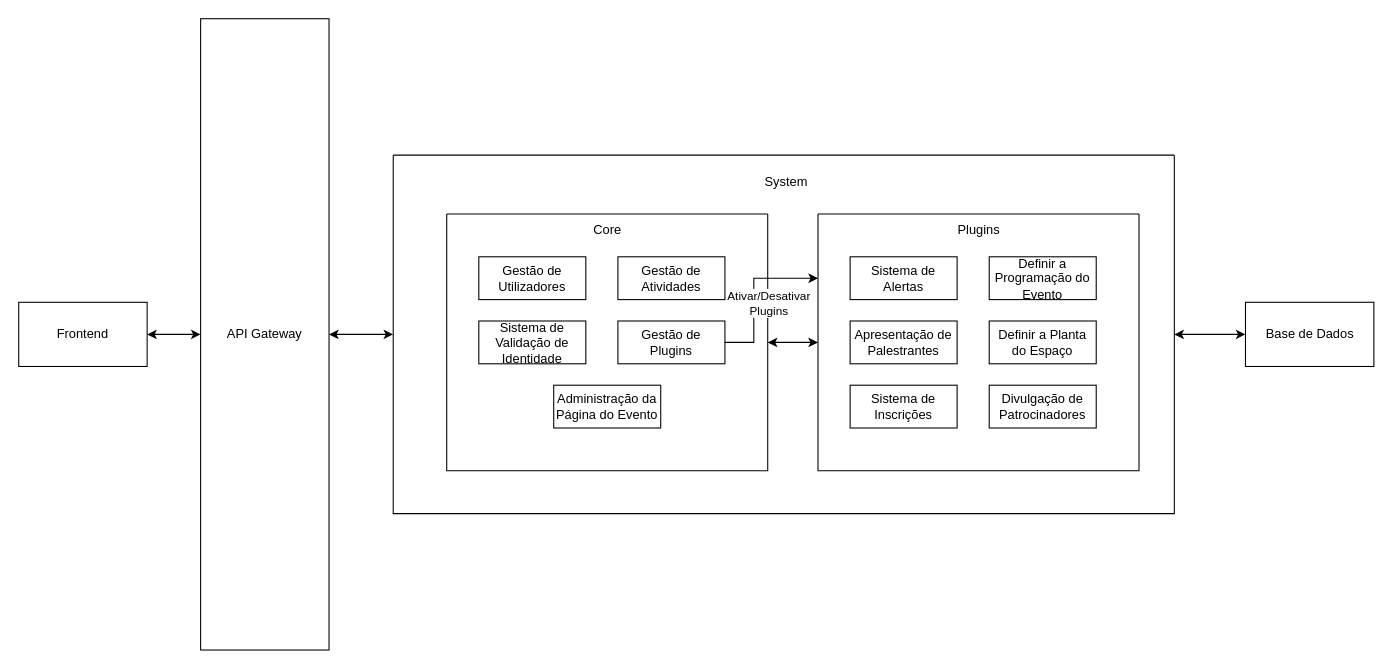
Earlier version of the draw.io diagram page "Arquitetura" (2 of 2) of coffeeBreak.drawio (PI-coffeeBreak/diagrams). Source tidied: cells renumbered, new cells numbered last; positions are measured from the earlier drawing's top-left corner, leaving out a move shared by most shapes. Both pictures are drawn from the tidied source at 107%, with x=0, y=0 at pixel (18, 18).
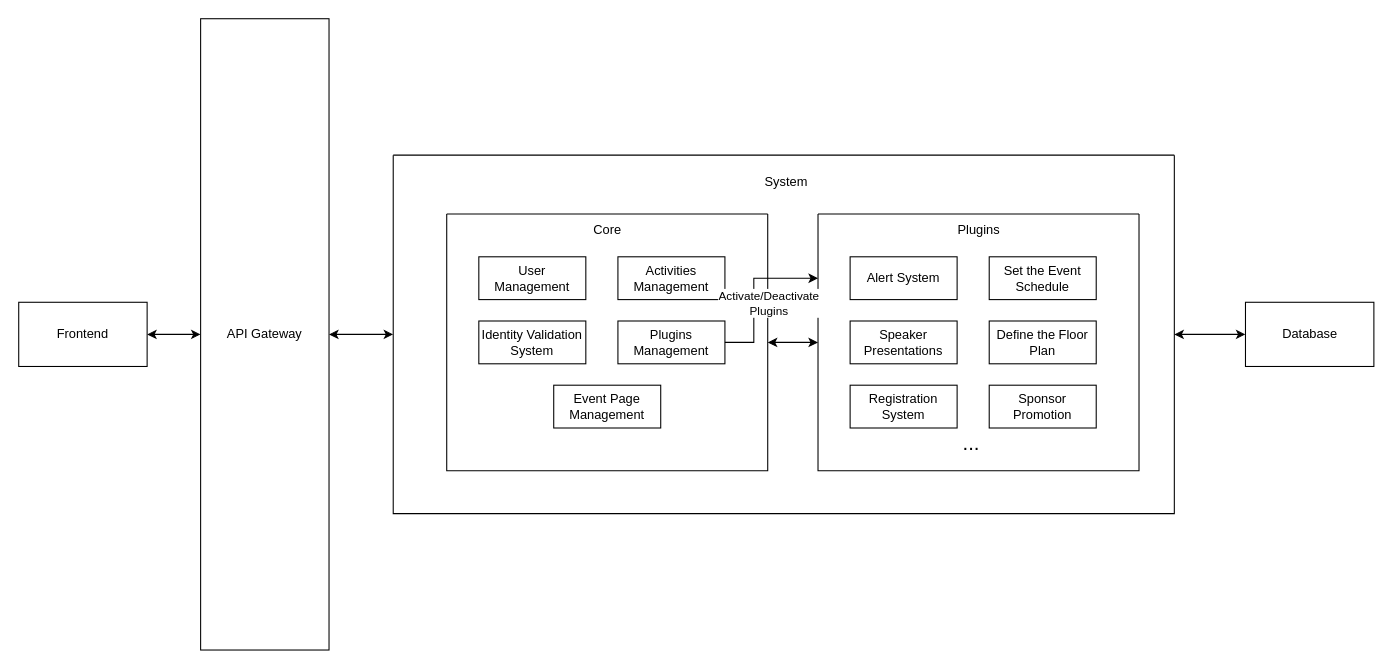
After the change.

Unchanged cells that the change refers to:
```xml
<mxCell id="11" style="swimlane;startSize=0;" parent="8" vertex="1">
  <mxGeometry x="50" y="55" width="300" height="240" as="geometry" />
</mxCell>
<mxCell id="18" style="swimlane;startSize=0;" parent="8" vertex="1">
  <mxGeometry x="397" y="55" width="300" height="240" as="geometry" />
</mxCell>
<mxCell id="26" style="edgeStyle=orthogonalEdgeStyle;rounded=0;jettySize=auto;html=1;exitX=1;exitY=0.5;exitDx=0;exitDy=0;entryX=0;entryY=0.25;entryDx=0;entryDy=0;" parent="8" edge="1" source="16" target="18">
  <mxGeometry relative="1" as="geometry">
    <Array as="points">
      <mxPoint x="337" y="175" />
      <mxPoint x="337" y="115" />
    </Array>
  </mxGeometry>
</mxCell>
```

Diff of the diagram source:
```diff
@@
-    <mxCell id="6" value="Base de Dados" style="rounded=0;whiteSpace=wrap;html=1;" parent="1" vertex="1">
+    <mxCell id="6" value="Database" style="rounded=0;whiteSpace=wrap;html=1;" parent="1" vertex="1">
       <mxGeometry x="1146.5" y="265" width="120" height="60" as="geometry" />
     </mxCell>
@@
-    <mxCell id="13" value="Gestão de Utilizadores" style="whiteSpace=wrap;html=1;" parent="11" vertex="1">
+    <mxCell id="13" value="User Management" style="whiteSpace=wrap;html=1;" parent="11" vertex="1">
       <mxGeometry x="30" y="40" width="100" height="40" as="geometry" />
     </mxCell>
-    <mxCell id="14" value="Gestão de Atividades" style="whiteSpace=wrap;html=1;" parent="11" vertex="1">
+    <mxCell id="14" value="Activities Management" style="whiteSpace=wrap;html=1;" parent="11" vertex="1">
       <mxGeometry x="160" y="40" width="100" height="40" as="geometry" />
     </mxCell>
-    <mxCell id="15" value="Sistema de Validação de Identidade" style="whiteSpace=wrap;html=1;" parent="11" vertex="1">
+    <mxCell id="15" value="Identity Validation System" style="whiteSpace=wrap;html=1;" parent="11" vertex="1">
       <mxGeometry x="30" y="100" width="100" height="40" as="geometry" />
     </mxCell>
-    <mxCell id="16" value="Gestão de Plugins" style="whiteSpace=wrap;html=1;" parent="11" vertex="1">
+    <mxCell id="16" value="Plugins Management" style="whiteSpace=wrap;html=1;" parent="11" vertex="1">
       <mxGeometry x="160" y="100" width="100" height="40" as="geometry" />
     </mxCell>
-    <mxCell id="17" value="Administração da Página do Evento" style="whiteSpace=wrap;html=1;" parent="11" vertex="1">
+    <mxCell id="17" value="Event Page Management" style="whiteSpace=wrap;html=1;" parent="11" vertex="1">
       <mxGeometry x="100" y="160" width="100" height="40" as="geometry" />
     </mxCell>
@@
-    <mxCell id="20" value="Sistema de Alertas" style="whiteSpace=wrap;html=1;" parent="18" vertex="1">
+    <mxCell id="20" value="Alert System" style="whiteSpace=wrap;html=1;" parent="18" vertex="1">
       <mxGeometry x="30" y="40" width="100" height="40" as="geometry" />
     </mxCell>
-    <mxCell id="21" value="Definir a Programação do Evento" style="whiteSpace=wrap;html=1;" parent="18" vertex="1">
+    <mxCell id="21" value="Set the Event Schedule" style="whiteSpace=wrap;html=1;" parent="18" vertex="1">
       <mxGeometry x="160" y="40" width="100" height="40" as="geometry" />
     </mxCell>
-    <mxCell id="22" value="Apresentação de Palestrantes" style="whiteSpace=wrap;html=1;" parent="18" vertex="1">
+    <mxCell id="22" value="Speaker Presentations" style="whiteSpace=wrap;html=1;" parent="18" vertex="1">
       <mxGeometry x="30" y="100" width="100" height="40" as="geometry" />
     </mxCell>
-    <mxCell id="23" value="Definir a Planta do Espaço" style="whiteSpace=wrap;html=1;" parent="18" vertex="1">
+    <mxCell id="23" value="Define the Floor Plan" style="whiteSpace=wrap;html=1;" parent="18" vertex="1">
       <mxGeometry x="160" y="100" width="100" height="40" as="geometry" />
     </mxCell>
-    <mxCell id="24" value="Sistema de Inscrições" style="whiteSpace=wrap;html=1;" parent="18" vertex="1">
+    <mxCell id="24" value="Registration System" style="whiteSpace=wrap;html=1;" parent="18" vertex="1">
       <mxGeometry x="30" y="160" width="100" height="40" as="geometry" />
     </mxCell>
-    <mxCell id="25" value="Divulgação de Patrocinadores" style="whiteSpace=wrap;html=1;" parent="18" vertex="1">
+    <mxCell id="25" value="Sponsor Promotion" style="whiteSpace=wrap;html=1;" parent="18" vertex="1">
       <mxGeometry x="160" y="160" width="100" height="40" as="geometry" />
     </mxCell>
@@
-    <mxCell id="27" value="Ativar/Desativar&lt;div&gt;Plugins&lt;/div&gt;" style="edgeLabel;html=1;align=center;verticalAlign=middle;" parent="26" vertex="1">
+    <mxCell id="27" value="Activate/Deactivate&lt;div&gt;Plugins&lt;/div&gt;" style="edgeLabel;html=1;align=center;verticalAlign=middle;" parent="26" vertex="1">
       <mxGeometry x="-0.03" y="-2" relative="1" as="geometry">
         <mxPoint x="11" y="7" as="offset" />
       </mxGeometry>
     </mxCell>
+    <mxCell id="28" value="&lt;font style=&quot;font-size: 19px;&quot;&gt;...&lt;/font&gt;" style="text;html=1;align=center;verticalAlign=middle;strokeColor=none;fillColor=none;" parent="1" vertex="1">
+      <mxGeometry x="870" y="378" width="40" height="40" as="geometry" />
+    </mxCell>
```
